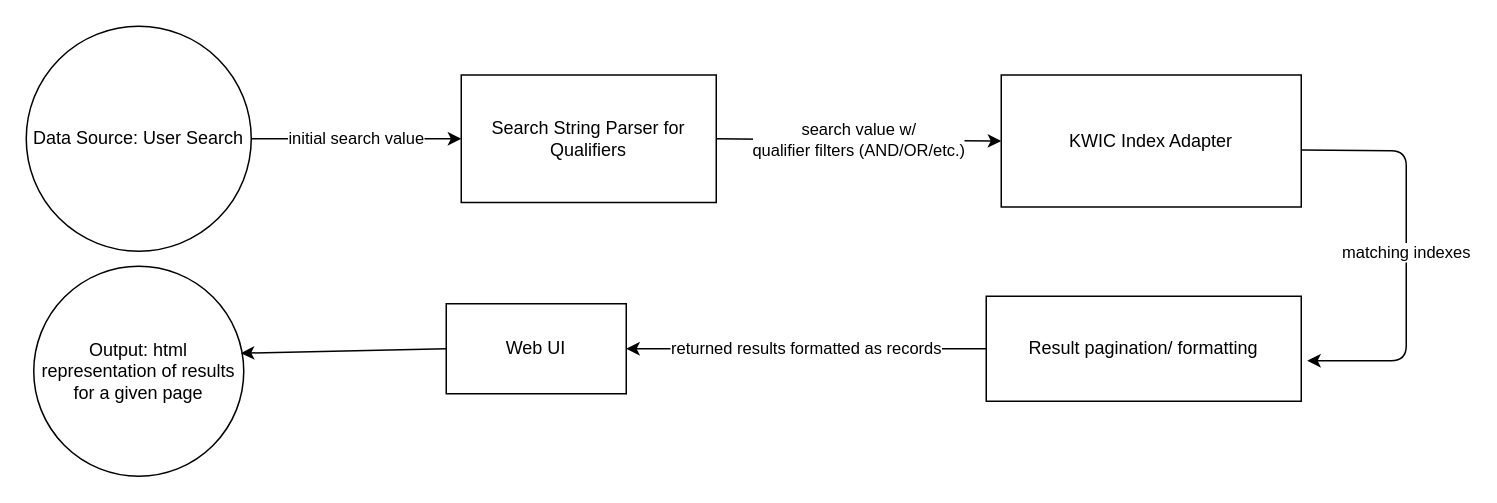
Above: To-Do List Builder/cyberminer_pipe_and_filter.drawio in kntnguyen94/To-Do-List-Builder (draw.io), before the change. Source tidied: cells renumbered, new cells numbered last; positions are measured from the earlier drawing's top-left corner, leaving out a move shared by most shapes. Both pictures are drawn from the tidied source at 150%, with x=0, y=0 at pixel (26, 26).
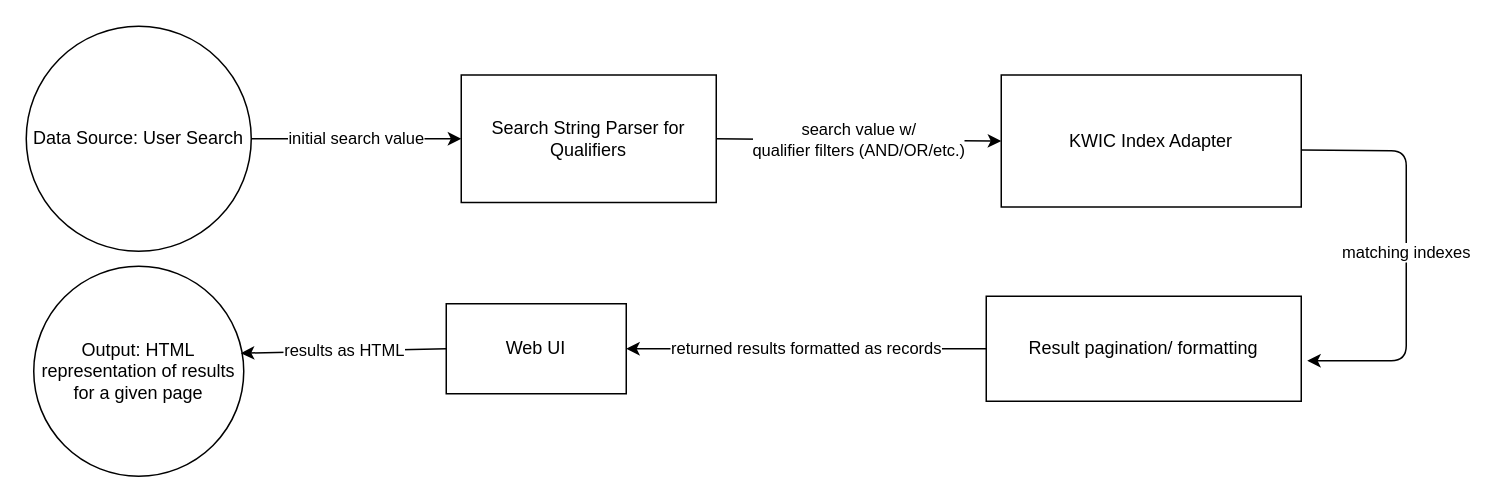
Above is the later version.

Change to the diagram source:
```diff
@@
 <mxGraphModel>
   <root>
     <mxCell id="0" />
     <mxCell id="1" parent="0" />
     <mxCell id="2" value="Data Source: User Search" style="ellipse;whiteSpace=wrap;html=1;" parent="1" vertex="1">
       <mxGeometry width="150" height="150" as="geometry" />
     </mxCell>
     <mxCell id="3" value="Search String Parser for Qualifiers" style="rounded=0;whiteSpace=wrap;html=1;" parent="1" vertex="1">
       <mxGeometry x="290" y="32.5" width="170" height="85" as="geometry" />
     </mxCell>
     <mxCell id="4" value="initial search value" style="endArrow=classic;html=1;entryX=0;entryY=0.5;entryDx=0;entryDy=0;exitX=1;exitY=0.5;exitDx=0;exitDy=0;" parent="1" edge="1" source="2" target="3">
       <mxGeometry relative="1" as="geometry" />
     </mxCell>
     <mxCell id="5" value="KWIC Index Adapter" style="rounded=0;whiteSpace=wrap;html=1;" parent="1" vertex="1">
       <mxGeometry x="650" y="32.5" width="200" height="88" as="geometry" />
     </mxCell>
     <mxCell id="6" value="search value w/&lt;br&gt;qualifier filters (AND/OR/etc.)" style="endArrow=classic;html=1;exitX=1;exitY=0.5;exitDx=0;exitDy=0;entryX=0;entryY=0.5;entryDx=0;entryDy=0;" parent="1" edge="1" source="3" target="5">
       <mxGeometry relative="1" as="geometry" />
     </mxCell>
     <mxCell id="7" value="Result pagination/ formatting" style="rounded=0;whiteSpace=wrap;html=1;" parent="1" vertex="1">
       <mxGeometry x="640" y="180" width="210" height="70" as="geometry" />
     </mxCell>
     <mxCell id="8" value="matching indexes" style="endArrow=classic;html=1;entryX=1.019;entryY=0.614;entryDx=0;entryDy=0;entryPerimeter=0;" parent="1" edge="1" target="7">
       <mxGeometry relative="1" as="geometry">
         <mxPoint x="850" y="82.5" as="sourcePoint" />
         <Array as="points">
           <mxPoint x="920" y="83" />
           <mxPoint x="920" y="223" />
         </Array>
       </mxGeometry>
     </mxCell>
-    <mxCell id="9" value="Output: html representation of results for a given page" style="ellipse;whiteSpace=wrap;html=1;" parent="1" vertex="1">
+    <mxCell id="9" value="Output: HTML representation of results for a given page" style="ellipse;whiteSpace=wrap;html=1;" parent="1" vertex="1">
       <mxGeometry x="5" y="160" width="140" height="140" as="geometry" />
     </mxCell>
     <mxCell id="10" value="Web UI" style="rounded=0;whiteSpace=wrap;html=1;" parent="1" vertex="1">
       <mxGeometry x="280" y="185" width="120" height="60" as="geometry" />
     </mxCell>
     <mxCell id="11" value="returned results formatted as records" style="endArrow=classic;html=1;exitX=0;exitY=0.5;exitDx=0;exitDy=0;entryX=1;entryY=0.5;entryDx=0;entryDy=0;" parent="1" edge="1" source="7" target="10">
       <mxGeometry relative="1" as="geometry" />
     </mxCell>
-    <mxCell id="12" style="endArrow=classic;html=1;exitX=0;exitY=0.5;exitDx=0;exitDy=0;entryX=0.986;entryY=0.414;entryDx=0;entryDy=0;entryPerimeter=0;" parent="1" edge="1" source="10" target="9">
+    <mxCell id="12" value="results as HTML" style="endArrow=classic;html=1;exitX=0;exitY=0.5;exitDx=0;exitDy=0;entryX=0.986;entryY=0.414;entryDx=0;entryDy=0;entryPerimeter=0;" parent="1" edge="1" source="10" target="9">
       <mxGeometry relative="1" as="geometry" />
     </mxCell>
   </root>
 </mxGraphModel>
```
